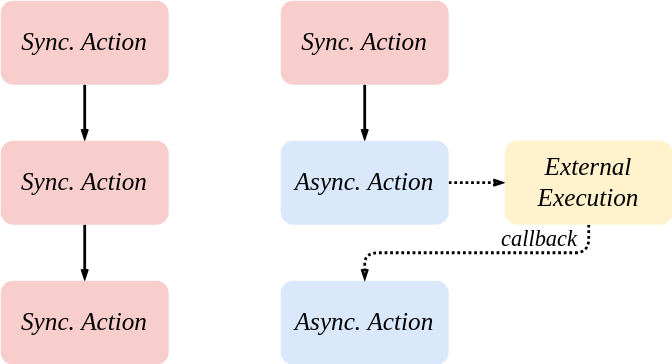
Before: system design/assets/202505252226.svg, a diagram exported from draw.io (Algo2147483647/engineering). Source tidied: cells renumbered, new cells last; positions are measured from the earlier drawing's top-left corner, leaving out a move shared by most shapes. Source of this version:
```xml
<mxGraphModel>
  <root>
    <mxCell id="0" />
    <mxCell id="1" parent="0" />
    <mxCell id="2" style="edgeStyle=orthogonalEdgeStyle;rounded=1;jettySize=auto;html=1;entryX=0.5;entryY=0;entryDx=0;entryDy=0;strokeWidth=2;endArrow=openThin;endFill=0;endSize=4;curved=0;" parent="1" edge="1" source="3" target="5">
      <mxGeometry relative="1" as="geometry" />
    </mxCell>
    <mxCell id="3" value="&lt;font face=&quot;Times New Roman&quot;&gt;&lt;i style=&quot;&quot;&gt;&lt;span style=&quot;font-size: 18px;&quot;&gt;Sync. Action&lt;/span&gt;&lt;/i&gt;&lt;/font&gt;" style="rounded=1;whiteSpace=wrap;html=1;fillColor=#f8cecc;strokeColor=none;" parent="1" vertex="1">
      <mxGeometry width="120" height="60" as="geometry" />
    </mxCell>
    <mxCell id="4" style="edgeStyle=orthogonalEdgeStyle;shape=connector;rounded=1;jettySize=auto;html=1;strokeColor=default;strokeWidth=2;align=center;verticalAlign=middle;fontFamily=Helvetica;fontSize=11;fontColor=default;labelBackgroundColor=default;endArrow=openThin;endFill=0;endSize=4;curved=0;" parent="1" edge="1" source="5" target="6">
      <mxGeometry relative="1" as="geometry" />
    </mxCell>
    <mxCell id="5" value="&lt;i style=&quot;font-family: &amp;quot;Times New Roman&amp;quot;;&quot;&gt;&lt;span style=&quot;font-size: 18px;&quot;&gt;Sync.&amp;nbsp;&lt;/span&gt;&lt;/i&gt;&lt;font size=&quot;1&quot; face=&quot;Times New Roman&quot;&gt;&lt;i style=&quot;font-size: 18px;&quot;&gt;Action&lt;/i&gt;&lt;/font&gt;" style="rounded=1;whiteSpace=wrap;html=1;fillColor=#f8cecc;strokeColor=none;" parent="1" vertex="1">
      <mxGeometry y="100" width="120" height="60" as="geometry" />
    </mxCell>
    <mxCell id="6" value="&lt;i style=&quot;font-family: &amp;quot;Times New Roman&amp;quot;;&quot;&gt;&lt;span style=&quot;font-size: 18px;&quot;&gt;Sync.&amp;nbsp;&lt;/span&gt;&lt;/i&gt;&lt;font size=&quot;1&quot; face=&quot;Times New Roman&quot;&gt;&lt;i style=&quot;font-size: 18px;&quot;&gt;Action&lt;/i&gt;&lt;/font&gt;" style="rounded=1;whiteSpace=wrap;html=1;fillColor=#f8cecc;strokeColor=none;" parent="1" vertex="1">
      <mxGeometry y="200" width="120" height="60" as="geometry" />
    </mxCell>
    <mxCell id="7" style="edgeStyle=orthogonalEdgeStyle;rounded=1;jettySize=auto;html=1;entryX=0.5;entryY=0;entryDx=0;entryDy=0;strokeWidth=2;endArrow=openThin;endFill=0;endSize=4;curved=0;" parent="1" edge="1" source="8" target="10">
      <mxGeometry relative="1" as="geometry" />
    </mxCell>
    <mxCell id="8" value="&lt;font face=&quot;Times New Roman&quot;&gt;&lt;i style=&quot;&quot;&gt;&lt;span style=&quot;font-size: 18px;&quot;&gt;Sync. Action&lt;/span&gt;&lt;/i&gt;&lt;/font&gt;" style="rounded=1;whiteSpace=wrap;html=1;fillColor=#f8cecc;strokeColor=none;" parent="1" vertex="1">
      <mxGeometry x="200" width="120" height="60" as="geometry" />
    </mxCell>
    <mxCell id="9" style="edgeStyle=orthogonalEdgeStyle;shape=connector;curved=0;rounded=1;jettySize=auto;html=1;entryX=0;entryY=0.5;entryDx=0;entryDy=0;dashed=1;dashPattern=1 1;strokeColor=default;strokeWidth=2;align=center;verticalAlign=middle;fontFamily=Helvetica;fontSize=11;fontColor=default;labelBackgroundColor=default;endArrow=openThin;endFill=0;endSize=4;" parent="1" edge="1" source="10" target="13">
      <mxGeometry relative="1" as="geometry" />
    </mxCell>
    <mxCell id="10" value="&lt;i style=&quot;font-family: &amp;quot;Times New Roman&amp;quot;;&quot;&gt;&lt;span style=&quot;font-size: 18px;&quot;&gt;Async.&amp;nbsp;&lt;/span&gt;&lt;/i&gt;&lt;font size=&quot;1&quot; face=&quot;Times New Roman&quot;&gt;&lt;i style=&quot;font-size: 18px;&quot;&gt;Action&lt;/i&gt;&lt;/font&gt;" style="rounded=1;whiteSpace=wrap;html=1;fillColor=#dae8fc;strokeColor=none;" parent="1" vertex="1">
      <mxGeometry x="200" y="100" width="120" height="60" as="geometry" />
    </mxCell>
    <mxCell id="11" value="&lt;i style=&quot;font-family: &amp;quot;Times New Roman&amp;quot;;&quot;&gt;&lt;span style=&quot;font-size: 18px;&quot;&gt;Async.&amp;nbsp;&lt;/span&gt;&lt;/i&gt;&lt;font size=&quot;1&quot; face=&quot;Times New Roman&quot;&gt;&lt;i style=&quot;font-size: 18px;&quot;&gt;Action&lt;/i&gt;&lt;/font&gt;" style="rounded=1;whiteSpace=wrap;html=1;fillColor=#dae8fc;strokeColor=none;" parent="1" vertex="1">
      <mxGeometry x="200" y="200" width="120" height="60" as="geometry" />
    </mxCell>
    <mxCell id="12" style="edgeStyle=orthogonalEdgeStyle;shape=connector;curved=0;rounded=1;jettySize=auto;html=1;dashed=1;dashPattern=1 1;strokeColor=default;strokeWidth=2;align=center;verticalAlign=middle;fontFamily=Helvetica;fontSize=11;fontColor=default;labelBackgroundColor=default;endArrow=openThin;endFill=0;endSize=4;" parent="1" edge="1" source="13" target="11">
      <mxGeometry relative="1" as="geometry">
        <Array as="points">
          <mxPoint x="420" y="180" />
          <mxPoint x="260" y="180" />
        </Array>
      </mxGeometry>
    </mxCell>
    <mxCell id="13" value="&lt;font style=&quot;font-size: 18px;&quot; face=&quot;Times New Roman&quot;&gt;&lt;span style=&quot;font-size: 18px;&quot;&gt;&lt;i style=&quot;font-size: 18px;&quot;&gt;External Execution&lt;/i&gt;&lt;/span&gt;&lt;/font&gt;" style="rounded=1;whiteSpace=wrap;html=1;fillColor=#fff2cc;strokeColor=none;fontSize=18;" parent="1" vertex="1">
      <mxGeometry x="360" y="100" width="120" height="60" as="geometry" />
    </mxCell>
    <mxCell id="14" value="callback" style="text;whiteSpace=wrap;fontFamily=Times New Roman;fontSize=16;fontColor=default;labelBackgroundColor=none;align=center;verticalAlign=middle;fontStyle=2;" parent="1" vertex="1">
      <mxGeometry x="350" y="160" width="70" height="20" as="geometry" />
    </mxCell>
  </root>
</mxGraphModel>
```
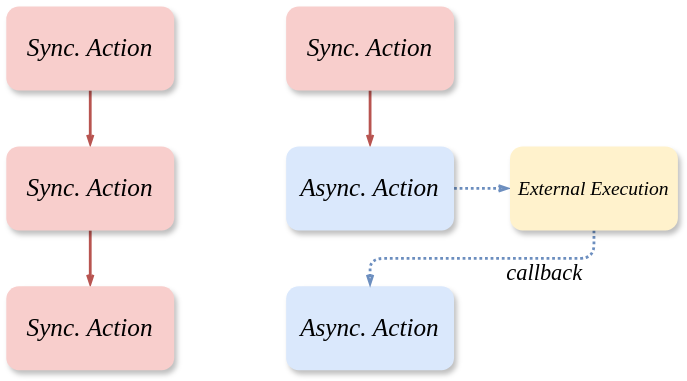
After the change.

Change to the diagram source:
```diff
@@ -2,37 +2,37 @@
   <root>
     <mxCell id="0" />
     <mxCell id="1" parent="0" />
-    <mxCell id="2" style="edgeStyle=orthogonalEdgeStyle;rounded=1;jettySize=auto;html=1;entryX=0.5;entryY=0;entryDx=0;entryDy=0;strokeWidth=2;endArrow=openThin;endFill=0;endSize=4;curved=0;" parent="1" edge="1" source="3" target="5">
+    <mxCell id="2" style="edgeStyle=orthogonalEdgeStyle;rounded=1;jettySize=auto;html=1;entryX=0.5;entryY=0;entryDx=0;entryDy=0;strokeWidth=2;endArrow=openThin;endFill=0;endSize=4;curved=0;fillColor=#f8cecc;strokeColor=#b85450;" parent="1" edge="1" source="3" target="5">
       <mxGeometry relative="1" as="geometry" />
     </mxCell>
-    <mxCell id="3" value="&lt;font face=&quot;Times New Roman&quot;&gt;&lt;i style=&quot;&quot;&gt;&lt;span style=&quot;font-size: 18px;&quot;&gt;Sync. Action&lt;/span&gt;&lt;/i&gt;&lt;/font&gt;" style="rounded=1;whiteSpace=wrap;html=1;fillColor=#f8cecc;strokeColor=none;" parent="1" vertex="1">
+    <mxCell id="3" value="&lt;font face=&quot;Times New Roman&quot;&gt;&lt;i style=&quot;&quot;&gt;&lt;span style=&quot;font-size: 18px;&quot;&gt;Sync. Action&lt;/span&gt;&lt;/i&gt;&lt;/font&gt;" style="rounded=1;whiteSpace=wrap;html=1;fillColor=#f8cecc;strokeColor=none;shadow=1;" parent="1" vertex="1">
       <mxGeometry width="120" height="60" as="geometry" />
     </mxCell>
-    <mxCell id="4" style="edgeStyle=orthogonalEdgeStyle;shape=connector;rounded=1;jettySize=auto;html=1;strokeColor=default;strokeWidth=2;align=center;verticalAlign=middle;fontFamily=Helvetica;fontSize=11;fontColor=default;labelBackgroundColor=default;endArrow=openThin;endFill=0;endSize=4;curved=0;" parent="1" edge="1" source="5" target="6">
+    <mxCell id="4" style="edgeStyle=orthogonalEdgeStyle;shape=connector;rounded=1;jettySize=auto;html=1;strokeColor=#b85450;strokeWidth=2;align=center;verticalAlign=middle;fontFamily=Helvetica;fontSize=11;fontColor=default;labelBackgroundColor=default;endArrow=openThin;endFill=0;endSize=4;curved=0;fillColor=#f8cecc;" parent="1" edge="1" source="5" target="6">
       <mxGeometry relative="1" as="geometry" />
     </mxCell>
-    <mxCell id="5" value="&lt;i style=&quot;font-family: &amp;quot;Times New Roman&amp;quot;;&quot;&gt;&lt;span style=&quot;font-size: 18px;&quot;&gt;Sync.&amp;nbsp;&lt;/span&gt;&lt;/i&gt;&lt;font size=&quot;1&quot; face=&quot;Times New Roman&quot;&gt;&lt;i style=&quot;font-size: 18px;&quot;&gt;Action&lt;/i&gt;&lt;/font&gt;" style="rounded=1;whiteSpace=wrap;html=1;fillColor=#f8cecc;strokeColor=none;" parent="1" vertex="1">
+    <mxCell id="5" value="&lt;i style=&quot;font-family: &amp;quot;Times New Roman&amp;quot;;&quot;&gt;&lt;span style=&quot;font-size: 18px;&quot;&gt;Sync.&amp;nbsp;&lt;/span&gt;&lt;/i&gt;&lt;font size=&quot;1&quot; face=&quot;Times New Roman&quot;&gt;&lt;i style=&quot;font-size: 18px;&quot;&gt;Action&lt;/i&gt;&lt;/font&gt;" style="rounded=1;whiteSpace=wrap;html=1;fillColor=#f8cecc;strokeColor=none;shadow=1;" parent="1" vertex="1">
       <mxGeometry y="100" width="120" height="60" as="geometry" />
     </mxCell>
-    <mxCell id="6" value="&lt;i style=&quot;font-family: &amp;quot;Times New Roman&amp;quot;;&quot;&gt;&lt;span style=&quot;font-size: 18px;&quot;&gt;Sync.&amp;nbsp;&lt;/span&gt;&lt;/i&gt;&lt;font size=&quot;1&quot; face=&quot;Times New Roman&quot;&gt;&lt;i style=&quot;font-size: 18px;&quot;&gt;Action&lt;/i&gt;&lt;/font&gt;" style="rounded=1;whiteSpace=wrap;html=1;fillColor=#f8cecc;strokeColor=none;" parent="1" vertex="1">
+    <mxCell id="6" value="&lt;i style=&quot;font-family: &amp;quot;Times New Roman&amp;quot;;&quot;&gt;&lt;span style=&quot;font-size: 18px;&quot;&gt;Sync.&amp;nbsp;&lt;/span&gt;&lt;/i&gt;&lt;font size=&quot;1&quot; face=&quot;Times New Roman&quot;&gt;&lt;i style=&quot;font-size: 18px;&quot;&gt;Action&lt;/i&gt;&lt;/font&gt;" style="rounded=1;whiteSpace=wrap;html=1;fillColor=#f8cecc;strokeColor=none;shadow=1;" parent="1" vertex="1">
       <mxGeometry y="200" width="120" height="60" as="geometry" />
     </mxCell>
-    <mxCell id="7" style="edgeStyle=orthogonalEdgeStyle;rounded=1;jettySize=auto;html=1;entryX=0.5;entryY=0;entryDx=0;entryDy=0;strokeWidth=2;endArrow=openThin;endFill=0;endSize=4;curved=0;" parent="1" edge="1" source="8" target="10">
+    <mxCell id="7" style="edgeStyle=orthogonalEdgeStyle;rounded=1;jettySize=auto;html=1;entryX=0.5;entryY=0;entryDx=0;entryDy=0;strokeWidth=2;endArrow=openThin;endFill=0;endSize=4;curved=0;fillColor=#f8cecc;strokeColor=#b85450;" parent="1" edge="1" source="8" target="10">
       <mxGeometry relative="1" as="geometry" />
     </mxCell>
-    <mxCell id="8" value="&lt;font face=&quot;Times New Roman&quot;&gt;&lt;i style=&quot;&quot;&gt;&lt;span style=&quot;font-size: 18px;&quot;&gt;Sync. Action&lt;/span&gt;&lt;/i&gt;&lt;/font&gt;" style="rounded=1;whiteSpace=wrap;html=1;fillColor=#f8cecc;strokeColor=none;" parent="1" vertex="1">
+    <mxCell id="8" value="&lt;font face=&quot;Times New Roman&quot;&gt;&lt;i style=&quot;&quot;&gt;&lt;span style=&quot;font-size: 18px;&quot;&gt;Sync. Action&lt;/span&gt;&lt;/i&gt;&lt;/font&gt;" style="rounded=1;whiteSpace=wrap;html=1;fillColor=#f8cecc;strokeColor=none;shadow=1;" parent="1" vertex="1">
       <mxGeometry x="200" width="120" height="60" as="geometry" />
     </mxCell>
-    <mxCell id="9" style="edgeStyle=orthogonalEdgeStyle;shape=connector;curved=0;rounded=1;jettySize=auto;html=1;entryX=0;entryY=0.5;entryDx=0;entryDy=0;dashed=1;dashPattern=1 1;strokeColor=default;strokeWidth=2;align=center;verticalAlign=middle;fontFamily=Helvetica;fontSize=11;fontColor=default;labelBackgroundColor=default;endArrow=openThin;endFill=0;endSize=4;" parent="1" edge="1" source="10" target="13">
+    <mxCell id="9" style="edgeStyle=orthogonalEdgeStyle;shape=connector;curved=0;rounded=1;jettySize=auto;html=1;entryX=0;entryY=0.5;entryDx=0;entryDy=0;dashed=1;dashPattern=1 1;strokeColor=#6c8ebf;strokeWidth=2;align=center;verticalAlign=middle;fontFamily=Helvetica;fontSize=11;fontColor=default;labelBackgroundColor=default;endArrow=openThin;endFill=0;endSize=4;fillColor=#dae8fc;" parent="1" edge="1" source="10" target="13">
       <mxGeometry relative="1" as="geometry" />
     </mxCell>
-    <mxCell id="10" value="&lt;i style=&quot;font-family: &amp;quot;Times New Roman&amp;quot;;&quot;&gt;&lt;span style=&quot;font-size: 18px;&quot;&gt;Async.&amp;nbsp;&lt;/span&gt;&lt;/i&gt;&lt;font size=&quot;1&quot; face=&quot;Times New Roman&quot;&gt;&lt;i style=&quot;font-size: 18px;&quot;&gt;Action&lt;/i&gt;&lt;/font&gt;" style="rounded=1;whiteSpace=wrap;html=1;fillColor=#dae8fc;strokeColor=none;" parent="1" vertex="1">
+    <mxCell id="10" value="&lt;i style=&quot;font-family: &amp;quot;Times New Roman&amp;quot;;&quot;&gt;&lt;span style=&quot;font-size: 18px;&quot;&gt;Async.&amp;nbsp;&lt;/span&gt;&lt;/i&gt;&lt;font size=&quot;1&quot; face=&quot;Times New Roman&quot;&gt;&lt;i style=&quot;font-size: 18px;&quot;&gt;Action&lt;/i&gt;&lt;/font&gt;" style="rounded=1;whiteSpace=wrap;html=1;fillColor=#dae8fc;strokeColor=none;shadow=1;" parent="1" vertex="1">
       <mxGeometry x="200" y="100" width="120" height="60" as="geometry" />
     </mxCell>
-    <mxCell id="11" value="&lt;i style=&quot;font-family: &amp;quot;Times New Roman&amp;quot;;&quot;&gt;&lt;span style=&quot;font-size: 18px;&quot;&gt;Async.&amp;nbsp;&lt;/span&gt;&lt;/i&gt;&lt;font size=&quot;1&quot; face=&quot;Times New Roman&quot;&gt;&lt;i style=&quot;font-size: 18px;&quot;&gt;Action&lt;/i&gt;&lt;/font&gt;" style="rounded=1;whiteSpace=wrap;html=1;fillColor=#dae8fc;strokeColor=none;" parent="1" vertex="1">
+    <mxCell id="11" value="&lt;i style=&quot;font-family: &amp;quot;Times New Roman&amp;quot;;&quot;&gt;&lt;span style=&quot;font-size: 18px;&quot;&gt;Async.&amp;nbsp;&lt;/span&gt;&lt;/i&gt;&lt;font size=&quot;1&quot; face=&quot;Times New Roman&quot;&gt;&lt;i style=&quot;font-size: 18px;&quot;&gt;Action&lt;/i&gt;&lt;/font&gt;" style="rounded=1;whiteSpace=wrap;html=1;fillColor=#dae8fc;strokeColor=none;shadow=1;" parent="1" vertex="1">
       <mxGeometry x="200" y="200" width="120" height="60" as="geometry" />
     </mxCell>
-    <mxCell id="12" style="edgeStyle=orthogonalEdgeStyle;shape=connector;curved=0;rounded=1;jettySize=auto;html=1;dashed=1;dashPattern=1 1;strokeColor=default;strokeWidth=2;align=center;verticalAlign=middle;fontFamily=Helvetica;fontSize=11;fontColor=default;labelBackgroundColor=default;endArrow=openThin;endFill=0;endSize=4;" parent="1" edge="1" source="13" target="11">
+    <mxCell id="12" style="edgeStyle=orthogonalEdgeStyle;shape=connector;curved=0;rounded=1;jettySize=auto;html=1;dashed=1;strokeColor=#6c8ebf;strokeWidth=2;align=center;verticalAlign=middle;fontFamily=Helvetica;fontSize=11;fontColor=default;labelBackgroundColor=default;endArrow=openThin;endFill=0;endSize=4;fillColor=#dae8fc;dashPattern=1 1;" parent="1" edge="1" source="13" target="11">
       <mxGeometry relative="1" as="geometry">
         <Array as="points">
           <mxPoint x="420" y="180" />
@@ -40,11 +40,11 @@
         </Array>
       </mxGeometry>
     </mxCell>
-    <mxCell id="13" value="&lt;font style=&quot;font-size: 18px;&quot; face=&quot;Times New Roman&quot;&gt;&lt;span style=&quot;font-size: 18px;&quot;&gt;&lt;i style=&quot;font-size: 18px;&quot;&gt;External Execution&lt;/i&gt;&lt;/span&gt;&lt;/font&gt;" style="rounded=1;whiteSpace=wrap;html=1;fillColor=#fff2cc;strokeColor=none;fontSize=18;" parent="1" vertex="1">
+    <mxCell id="13" value="&lt;font style=&quot;font-size: 14px;&quot; face=&quot;Times New Roman&quot;&gt;&lt;span style=&quot;font-size: 14px;&quot;&gt;&lt;i style=&quot;font-size: 14px;&quot;&gt;External Execution&lt;/i&gt;&lt;/span&gt;&lt;/font&gt;" style="rounded=1;whiteSpace=wrap;html=1;fillColor=#fff2cc;strokeColor=none;fontSize=14;shadow=1;" parent="1" vertex="1">
       <mxGeometry x="360" y="100" width="120" height="60" as="geometry" />
     </mxCell>
     <mxCell id="14" value="callback" style="text;whiteSpace=wrap;fontFamily=Times New Roman;fontSize=16;fontColor=default;labelBackgroundColor=none;align=center;verticalAlign=middle;fontStyle=2;" parent="1" vertex="1">
-      <mxGeometry x="350" y="160" width="70" height="20" as="geometry" />
+      <mxGeometry x="350" y="180" width="70" height="20" as="geometry" />
     </mxCell>
   </root>
 </mxGraphModel>
```
